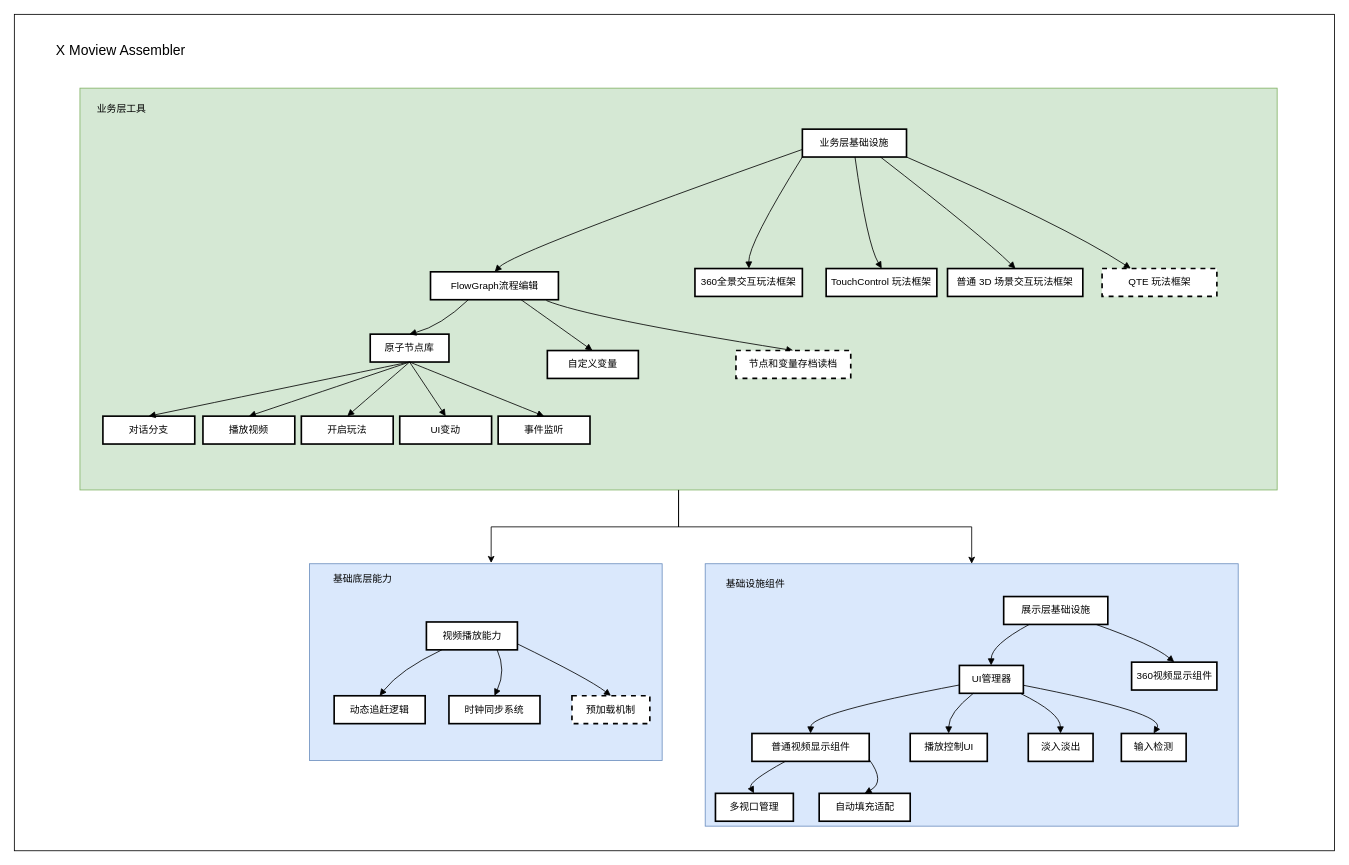
Above: Untitled Diagram.drawio in tcmxx/TCMXXDrawIO (draw.io), before the change. Source tidied: cells renumbered, new cells numbered last; positions are measured from the earlier drawing's top-left corner, leaving out a move shared by most shapes. Both pictures are drawn from the tidied source at 82%, with x=0, y=0 at pixel (14, 14).
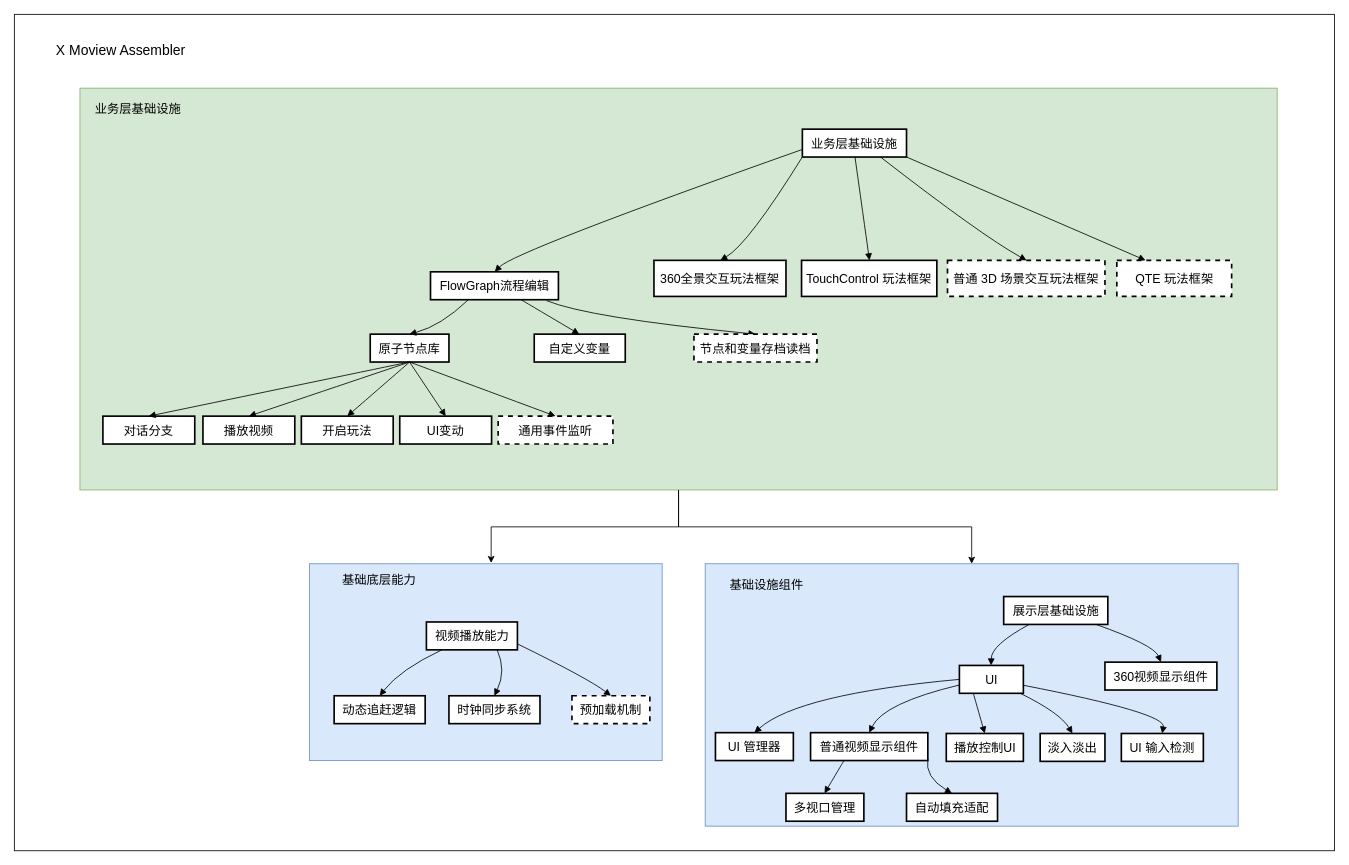
The same diagram, later.

What changed in the source:
```diff
@@
-    <mxCell id="7" value="视频播放能力" style="whiteSpace=wrap;strokeWidth=2;" parent="1" vertex="1">
+    <mxCell id="7" value="视频播放能力" style="whiteSpace=wrap;strokeWidth=2;fontSize=15;" parent="1" vertex="1">
       <mxGeometry x="502.5" y="741" width="111" height="34" as="geometry" />
     </mxCell>
-    <mxCell id="8" value="展示层基础设施" style="whiteSpace=wrap;strokeWidth=2;" parent="1" vertex="1">
+    <mxCell id="8" value="展示层基础设施" style="whiteSpace=wrap;strokeWidth=2;fontSize=15;" parent="1" vertex="1">
       <mxGeometry x="1206.5" y="710" width="127" height="34" as="geometry" />
     </mxCell>
-    <mxCell id="9" value="UI管理器" style="whiteSpace=wrap;strokeWidth=2;" parent="1" vertex="1">
+    <mxCell id="9" value="UI" style="whiteSpace=wrap;strokeWidth=2;fontSize=15;" parent="1" vertex="1">
       <mxGeometry x="1152.5" y="794" width="78" height="34" as="geometry" />
     </mxCell>
-    <mxCell id="10" value="360视频显示组件" style="whiteSpace=wrap;strokeWidth=2;" parent="1" vertex="1">
-      <mxGeometry x="1362.5" y="790" width="104" height="34" as="geometry" />
+    <mxCell id="10" value="360视频显示组件" style="whiteSpace=wrap;strokeWidth=2;fontSize=15;" parent="1" vertex="1">
+      <mxGeometry x="1330" y="790" width="136.5" height="34" as="geometry" />
     </mxCell>
-    <mxCell id="11" value="业务层基础设施" style="whiteSpace=wrap;strokeWidth=2;" parent="1" vertex="1">
+    <mxCell id="11" value="业务层基础设施" style="whiteSpace=wrap;strokeWidth=2;fontSize=15;" parent="1" vertex="1">
       <mxGeometry x="961" y="140" width="127" height="34" as="geometry" />
     </mxCell>
-    <mxCell id="12" value="FlowGraph流程编辑" style="whiteSpace=wrap;strokeWidth=2;" parent="1" vertex="1">
+    <mxCell id="12" value="FlowGraph流程编辑" style="whiteSpace=wrap;strokeWidth=2;fontSize=15;" parent="1" vertex="1">
       <mxGeometry x="507.5" y="314" width="156" height="34" as="geometry" />
     </mxCell>
-    <mxCell id="13" value="360全景交互玩法框架" style="whiteSpace=wrap;strokeWidth=2;" parent="1" vertex="1">
-      <mxGeometry x="830" y="310" width="131" height="34" as="geometry" />
+    <mxCell id="13" value="360全景交互玩法框架" style="whiteSpace=wrap;strokeWidth=2;fontSize=15;" parent="1" vertex="1">
+      <mxGeometry x="780" y="300" width="161" height="44" as="geometry" />
     </mxCell>
-    <mxCell id="14" value="TouchControl 玩法框架" style="whiteSpace=wrap;strokeWidth=2;" parent="1" vertex="1">
-      <mxGeometry x="990" y="310" width="135" height="34" as="geometry" />
+    <mxCell id="14" value="TouchControl 玩法框架" style="whiteSpace=wrap;strokeWidth=2;fontSize=15;" parent="1" vertex="1">
+      <mxGeometry x="960" y="300" width="165" height="44" as="geometry" />
     </mxCell>
-    <mxCell id="15" value="普通 3D 场景交互玩法框架" style="whiteSpace=wrap;strokeWidth=2;" parent="1" vertex="1">
-      <mxGeometry x="1138" y="310" width="165" height="34" as="geometry" />
+    <mxCell id="15" value="普通 3D 场景交互玩法框架" style="whiteSpace=wrap;strokeWidth=2;fontSize=15;dashed=1;" parent="1" vertex="1">
+      <mxGeometry x="1138" y="300" width="192" height="44" as="geometry" />
     </mxCell>
-    <mxCell id="16" value="动态追赶逻辑" style="whiteSpace=wrap;strokeWidth=2;" parent="1" vertex="1">
+    <mxCell id="16" value="动态追赶逻辑" style="whiteSpace=wrap;strokeWidth=2;fontSize=15;" parent="1" vertex="1">
       <mxGeometry x="390" y="831" width="111" height="34" as="geometry" />
     </mxCell>
-    <mxCell id="17" value="时钟同步系统" style="whiteSpace=wrap;strokeWidth=2;" parent="1" vertex="1">
+    <mxCell id="17" value="时钟同步系统" style="whiteSpace=wrap;strokeWidth=2;fontSize=15;" parent="1" vertex="1">
       <mxGeometry x="530" y="831" width="111" height="34" as="geometry" />
     </mxCell>
-    <mxCell id="18" value="预加载机制" style="whiteSpace=wrap;strokeWidth=2;dashed=1;" parent="1" vertex="1">
+    <mxCell id="18" value="预加载机制" style="whiteSpace=wrap;strokeWidth=2;dashed=1;fontSize=15;" parent="1" vertex="1">
       <mxGeometry x="680" y="831" width="95" height="34" as="geometry" />
     </mxCell>
-    <mxCell id="19" value="普通视频显示组件" style="whiteSpace=wrap;strokeWidth=2;" parent="1" vertex="1">
-      <mxGeometry x="899.5" y="877" width="143" height="34" as="geometry" />
+    <mxCell id="19" value="普通视频显示组件" style="whiteSpace=wrap;strokeWidth=2;fontSize=15;" parent="1" vertex="1">
+      <mxGeometry x="971" y="876" width="143" height="34" as="geometry" />
     </mxCell>
-    <mxCell id="20" value="播放控制UI" style="whiteSpace=wrap;strokeWidth=2;" parent="1" vertex="1">
-      <mxGeometry x="1092.5" y="877" width="94" height="34" as="geometry" />
+    <mxCell id="20" value="播放控制UI" style="whiteSpace=wrap;strokeWidth=2;fontSize=15;" parent="1" vertex="1">
+      <mxGeometry x="1136.5" y="877" width="94" height="34" as="geometry" />
     </mxCell>
-    <mxCell id="21" value="淡入淡出" style="whiteSpace=wrap;strokeWidth=2;" parent="1" vertex="1">
-      <mxGeometry x="1236.5" y="877" width="79" height="34" as="geometry" />
+    <mxCell id="21" value="淡入淡出" style="whiteSpace=wrap;strokeWidth=2;fontSize=15;" parent="1" vertex="1">
+      <mxGeometry x="1251" y="877" width="79" height="34" as="geometry" />
     </mxCell>
-    <mxCell id="22" value="输入检测" style="whiteSpace=wrap;strokeWidth=2;" parent="1" vertex="1">
-      <mxGeometry x="1350" y="877" width="79" height="34" as="geometry" />
+    <mxCell id="22" value="UI 输入检测" style="whiteSpace=wrap;strokeWidth=2;fontSize=15;" parent="1" vertex="1">
+      <mxGeometry x="1350" y="877" width="100" height="34" as="geometry" />
     </mxCell>
-    <mxCell id="23" value="多视口管理" style="whiteSpace=wrap;strokeWidth=2;" parent="1" vertex="1">
-      <mxGeometry x="855" y="950" width="95" height="34" as="geometry" />
+    <mxCell id="23" value="多视口管理" style="whiteSpace=wrap;strokeWidth=2;fontSize=15;" parent="1" vertex="1">
+      <mxGeometry x="941" y="950" width="95" height="34" as="geometry" />
     </mxCell>
-    <mxCell id="24" value="自动填充适配" style="whiteSpace=wrap;strokeWidth=2;" parent="1" vertex="1">
-      <mxGeometry x="981.5" y="950" width="111" height="34" as="geometry" />
+    <mxCell id="24" value="自动填充适配" style="whiteSpace=wrap;strokeWidth=2;fontSize=15;" parent="1" vertex="1">
+      <mxGeometry x="1088" y="950" width="111" height="34" as="geometry" />
     </mxCell>
-    <mxCell id="25" value="原子节点库" style="whiteSpace=wrap;strokeWidth=2;" parent="1" vertex="1">
+    <mxCell id="25" value="原子节点库" style="whiteSpace=wrap;strokeWidth=2;fontSize=15;" parent="1" vertex="1">
       <mxGeometry x="434" y="390" width="96" height="34" as="geometry" />
     </mxCell>
-    <mxCell id="26" value="自定义变量" style="whiteSpace=wrap;strokeWidth=2;" parent="1" vertex="1">
-      <mxGeometry x="650" y="410" width="111" height="34" as="geometry" />
+    <mxCell id="26" value="自定义变量" style="whiteSpace=wrap;strokeWidth=2;fontSize=15;" parent="1" vertex="1">
+      <mxGeometry x="634" y="390" width="111" height="34" as="geometry" />
     </mxCell>
-    <mxCell id="27" value="对话分支" style="whiteSpace=wrap;strokeWidth=2;" parent="1" vertex="1">
+    <mxCell id="27" value="对话分支" style="whiteSpace=wrap;strokeWidth=2;fontSize=15;" parent="1" vertex="1">
       <mxGeometry x="108" y="490" width="112" height="34" as="geometry" />
     </mxCell>
@@
     <mxCell id="37" style="curved=1;startArrow=none;endArrow=block;exitX=-0.0032051037519406048;exitY=0.702778335920226;entryX=0.5;entryY=0.009803996366613051;rounded=0;" parent="1" edge="1" source="9" target="19">
       <mxGeometry relative="1" as="geometry">
         <Array as="points">
-          <mxPoint x="971.5" y="852" />
+          <mxPoint x="1060" y="840" />
         </Array>
       </mxGeometry>
     </mxCell>
     <mxCell id="38" style="curved=1;startArrow=none;endArrow=block;exitX=0.22875594139463537;exitY=0.9803922316607308;entryX=0.4991134887046002;entryY=0.009803996366613051;rounded=0;" parent="1" edge="1" source="9" target="20">
-      <mxGeometry relative="1" as="geometry">
-        <Array as="points">
-          <mxPoint x="1139.5" y="852" />
-        </Array>
-      </mxGeometry>
+      <mxGeometry relative="1" as="geometry" />
     </mxCell>
@@
     <mxCell id="41" style="curved=1;startArrow=none;endArrow=block;exitX=0.2847351802747887;exitY=1.0000001121969784;entryX=0.49473684210526314;entryY=1.1219697840073529e-7;rounded=0;" parent="1" edge="1" source="19" target="23">
-      <mxGeometry relative="1" as="geometry">
-        <Array as="points">
-          <mxPoint x="894.5" y="936" />
-        </Array>
-      </mxGeometry>
+      <mxGeometry relative="1" as="geometry" />
     </mxCell>
     <mxCell id="42" style="curved=1;startArrow=none;endArrow=block;exitX=1;exitY=0.9342133515903082;entryX=0.4992492607047966;entryY=1.1219697840073529e-7;rounded=0;" parent="1" edge="1" source="19" target="24">
       <mxGeometry relative="1" as="geometry">
         <Array as="points">
-          <mxPoint x="1062.5" y="936" />
+          <mxPoint x="1110" y="930" />
         </Array>
       </mxGeometry>
     </mxCell>
@@
-    <mxCell id="46" value="基础底层能力" style="text;html=1;strokeColor=none;fillColor=none;align=center;verticalAlign=middle;whiteSpace=wrap;rounded=0;" parent="1" vertex="1">
-      <mxGeometry x="380" y="674" width="90" height="30" as="geometry" />
+    <mxCell id="46" value="&lt;font style=&quot;font-size: 15px;&quot;&gt;基础底层能力&lt;/font&gt;" style="text;html=1;strokeColor=none;fillColor=none;align=center;verticalAlign=middle;whiteSpace=wrap;rounded=0;" parent="1" vertex="1">
+      <mxGeometry x="380" y="674" width="130" height="30" as="geometry" />
     </mxCell>
-    <mxCell id="47" value="基础设施组件" style="text;html=1;strokeColor=none;fillColor=none;align=center;verticalAlign=middle;whiteSpace=wrap;rounded=0;" parent="1" vertex="1">
-      <mxGeometry x="855" y="680" width="97.5" height="30" as="geometry" />
+    <mxCell id="47" value="&lt;font style=&quot;font-size: 15px;&quot;&gt;基础设施组件&lt;/font&gt;" style="text;html=1;strokeColor=none;fillColor=none;align=center;verticalAlign=middle;whiteSpace=wrap;rounded=0;" parent="1" vertex="1">
+      <mxGeometry x="855" y="680" width="125" height="30" as="geometry" />
     </mxCell>
@@
-    <mxCell id="49" value="节点和变量存档读档" style="whiteSpace=wrap;strokeWidth=2;dashed=1;" parent="1" vertex="1">
-      <mxGeometry x="880" y="410" width="140" height="34" as="geometry" />
+    <mxCell id="49" value="节点和变量存档读档" style="whiteSpace=wrap;strokeWidth=2;dashed=1;fontSize=15;" parent="1" vertex="1">
+      <mxGeometry x="828.8" y="390" width="150" height="34" as="geometry" />
     </mxCell>
@@
-    <mxCell id="51" value="QTE 玩法框架" style="whiteSpace=wrap;strokeWidth=2;dashed=1;" parent="1" vertex="1">
-      <mxGeometry x="1326.5" y="310" width="140" height="34" as="geometry" />
+    <mxCell id="51" value="QTE 玩法框架" style="whiteSpace=wrap;strokeWidth=2;dashed=1;fontSize=15;" parent="1" vertex="1">
+      <mxGeometry x="1344.5" y="300" width="140" height="44" as="geometry" />
     </mxCell>
@@
-    <mxCell id="53" value="播放视频" style="whiteSpace=wrap;strokeWidth=2;" parent="1" vertex="1">
+    <mxCell id="53" value="播放视频" style="whiteSpace=wrap;strokeWidth=2;fontSize=15;" parent="1" vertex="1">
       <mxGeometry x="230" y="490" width="112" height="34" as="geometry" />
     </mxCell>
@@
-    <mxCell id="55" value="开启玩法" style="whiteSpace=wrap;strokeWidth=2;" parent="1" vertex="1">
+    <mxCell id="55" value="开启玩法" style="whiteSpace=wrap;strokeWidth=2;fontSize=15;" parent="1" vertex="1">
       <mxGeometry x="350" y="490" width="112" height="34" as="geometry" />
     </mxCell>
-    <mxCell id="56" value="UI变动" style="whiteSpace=wrap;strokeWidth=2;" parent="1" vertex="1">
+    <mxCell id="56" value="UI变动" style="whiteSpace=wrap;strokeWidth=2;fontSize=15;" parent="1" vertex="1">
       <mxGeometry x="470" y="490" width="112" height="34" as="geometry" />
     </mxCell>
@@
-    <mxCell id="58" value="事件监听" style="whiteSpace=wrap;strokeWidth=2;" parent="1" vertex="1">
-      <mxGeometry x="590" y="490" width="112" height="34" as="geometry" />
+    <mxCell id="58" value="通用事件监听" style="whiteSpace=wrap;strokeWidth=2;fontSize=15;dashed=1;" parent="1" vertex="1">
+      <mxGeometry x="590" y="490" width="140" height="34" as="geometry" />
     </mxCell>
@@
-    <mxCell id="62" value="业务层工具" style="text;html=1;strokeColor=none;fillColor=none;align=center;verticalAlign=middle;whiteSpace=wrap;rounded=0;" parent="1" vertex="1">
-      <mxGeometry x="60" y="100" width="142" height="30" as="geometry" />
+    <mxCell id="62" value="&lt;font style=&quot;font-size: 15px;&quot;&gt;业务层基础设施&lt;/font&gt;" style="text;html=1;strokeColor=none;fillColor=none;align=center;verticalAlign=middle;whiteSpace=wrap;rounded=0;" parent="1" vertex="1">
+      <mxGeometry x="80" y="100" width="142" height="30" as="geometry" />
     </mxCell>
+    <mxCell id="63" style="edgeStyle=orthogonalEdgeStyle;rounded=0;orthogonalLoop=1;jettySize=auto;html=1;exitX=0.5;exitY=1;exitDx=0;exitDy=0;" parent="1" edge="1" source="62" target="62">
+      <mxGeometry relative="1" as="geometry" />
+    </mxCell>
+    <mxCell id="64" style="curved=1;startArrow=none;endArrow=block;exitX=0;exitY=0.5;entryX=0.5;entryY=0;rounded=0;exitDx=0;exitDy=0;entryDx=0;entryDy=0;" parent="1" edge="1" source="9" target="65">
+      <mxGeometry relative="1" as="geometry">
+        <Array as="points">
+          <mxPoint x="956" y="829" />
+        </Array>
+      </mxGeometry>
+    </mxCell>
+    <mxCell id="65" value="UI 管理器" style="whiteSpace=wrap;strokeWidth=2;fontSize=15;" parent="1" vertex="1">
+      <mxGeometry x="855" y="876" width="95" height="34" as="geometry" />
+    </mxCell>
```
